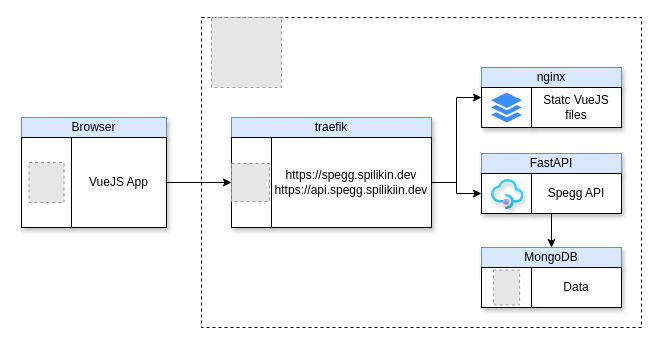
Before: draw.io/Architecture.drawio in spilikin/spegg, a draw.io diagram. Source tidied: cells renumbered, new cells numbered last; positions are measured from the earlier drawing's top-left corner, leaving out a move shared by most shapes. Both pictures are drawn from the tidied source at 100%, with x=0, y=0 at pixel (21, 17). Pictures stored in the file or linked from it are replaced by grey dashed boxes.
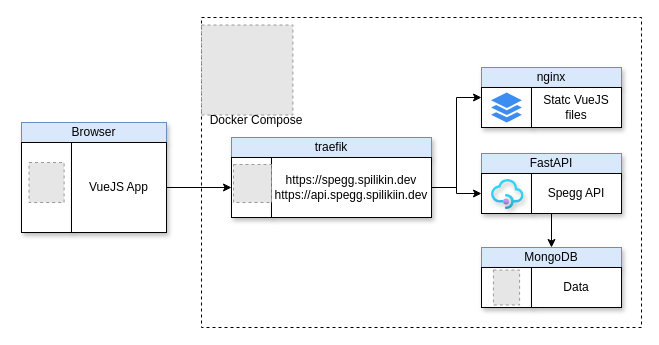
Above is the later version.

Diff of the diagram source:
```diff
@@
     <mxCell id="3" value="Browser" style="rounded=0;whiteSpace=wrap;html=1;shadow=1;fillColor=#dae8fc;strokeColor=#6c8ebf;" parent="1" vertex="1">
-      <mxGeometry y="100" width="145" height="20" as="geometry" />
+      <mxGeometry y="105" width="145" height="20" as="geometry" />
     </mxCell>
     <mxCell id="4" style="rounded=0;whiteSpace=wrap;html=1;shadow=1;align=center;" parent="1" vertex="1">
-      <mxGeometry y="120" width="50" height="90" as="geometry" />
+      <mxGeometry y="125" width="50" height="90" as="geometry" />
     </mxCell>
@@
     <mxCell id="7" value="traefik" style="rounded=0;whiteSpace=wrap;html=1;shadow=1;fillColor=#dae8fc;strokeColor=#6c8ebf;" parent="1" vertex="1">
-      <mxGeometry x="210" y="100" width="200" height="20" as="geometry" />
+      <mxGeometry x="210" y="120" width="200" height="20" as="geometry" />
     </mxCell>
     <mxCell id="8" style="rounded=0;whiteSpace=wrap;html=1;shadow=1;align=left;" parent="1" vertex="1">
-      <mxGeometry x="210" y="120" width="40" height="90" as="geometry" />
+      <mxGeometry x="210" y="140" width="40" height="60" as="geometry" />
     </mxCell>
-    <mxCell id="9" style="fillColor=#E6E6E6;strokeColor=#999999;dashed=1;html=1;verticalAlign=top;verticalLabelPosition=bottom;labelBackgroundColor=#ffffff;" parent="1" vertex="1">
-      <mxGeometry x="190" width="70" height="70" as="geometry" />
-    </mxCell>
@@
     <mxCell id="14" value="https://spegg.spilikin.dev&lt;br&gt;https://api.spegg.spilikiin.dev" style="rounded=0;whiteSpace=wrap;html=1;shadow=1;align=center;" parent="1" vertex="1">
-      <mxGeometry x="250" y="120" width="160" height="90" as="geometry" />
+      <mxGeometry x="250" y="140" width="160" height="60" as="geometry" />
     </mxCell>
     <mxCell id="15" style="fillColor=#E6E6E6;strokeColor=#999999;dashed=1;html=1;verticalAlign=top;verticalLabelPosition=bottom;labelBackgroundColor=#ffffff;align=right;" parent="1" vertex="1">
-      <mxGeometry x="210" y="146" width="38" height="38" as="geometry" />
+      <mxGeometry x="212" y="147" width="38" height="38" as="geometry" />
     </mxCell>
-    <mxCell id="16" style="edgeStyle=orthogonalEdgeStyle;rounded=0;jettySize=auto;html=1;entryX=0;entryY=0.5;entryDx=0;entryDy=0;" parent="1" edge="1" source="17" target="15">
+    <mxCell id="16" style="edgeStyle=orthogonalEdgeStyle;rounded=0;jettySize=auto;html=1;entryX=0;entryY=0.5;entryDx=0;entryDy=0;" parent="1" edge="1" source="17" target="8">
       <mxGeometry relative="1" as="geometry" />
     </mxCell>
     <mxCell id="17" value="VueJS App" style="rounded=0;whiteSpace=wrap;html=1;shadow=1;align=center;" parent="1" vertex="1">
-      <mxGeometry x="50" y="120" width="95" height="90" as="geometry" />
+      <mxGeometry x="50" y="125" width="95" height="90" as="geometry" />
     </mxCell>
@@
-    <mxCell id="21" style="html=1;align=center;image;fontSize=12;image=img/lib/azure2/app_services/API_Management_Services.svg;shadow=1;" parent="1" vertex="1">
-      <mxGeometry x="470" y="162" width="32.5" height="30" as="geometry" />
-    </mxCell>
@@
+    <mxCell id="28" style="fillColor=#E6E6E6;strokeColor=#999999;dashed=1;verticalLabelPosition=bottom;labelBackgroundColor=#ffffff;verticalAlign=top;" parent="1" vertex="1">
+      <mxGeometry x="180" y="7.5" width="91.4" height="90" as="geometry" />
+    </mxCell>
+    <mxCell id="29" value="Docker Compose" style="text;html=1;strokeColor=none;fillColor=none;align=center;verticalAlign=middle;whiteSpace=wrap;rounded=0;shadow=0;glass=0;dashed=1;" parent="1" vertex="1">
+      <mxGeometry x="180" y="92.5" width="110" height="20" as="geometry" />
+    </mxCell>
+    <mxCell id="21" style="html=1;align=center;image;fontSize=12;image=img/lib/azure2/app_services/API_Management_Services.svg;shadow=1;" parent="1" vertex="1">
+      <mxGeometry x="470" y="162" width="32.5" height="30" as="geometry" />
+    </mxCell>
```
